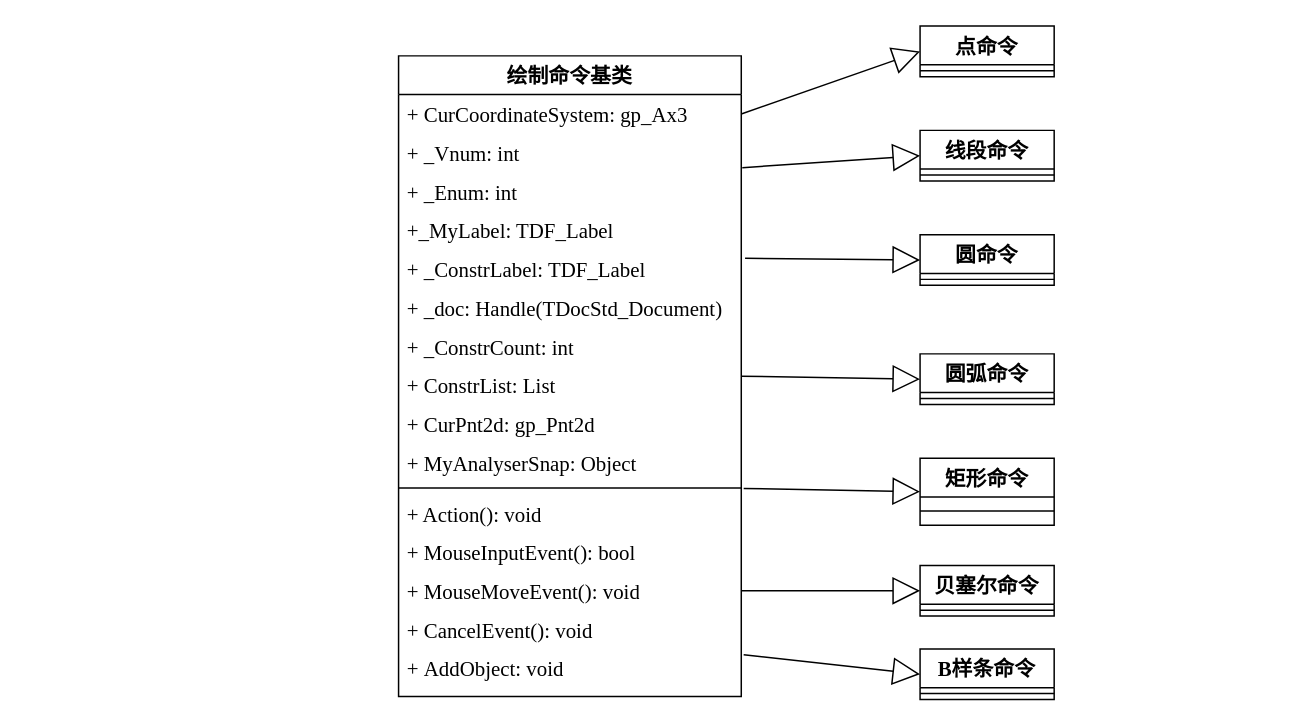
Above: 绘制图元命令类图.drawio in liuhuliuhu123/First-test (draw.io), before the change. Source tidied: cells renumbered, new cells numbered last; positions are measured from the earlier drawing's top-left corner, leaving out a move shared by most shapes. Both pictures are drawn from the tidied source at 149%, with x=0, y=0 at pixel (398, 25).
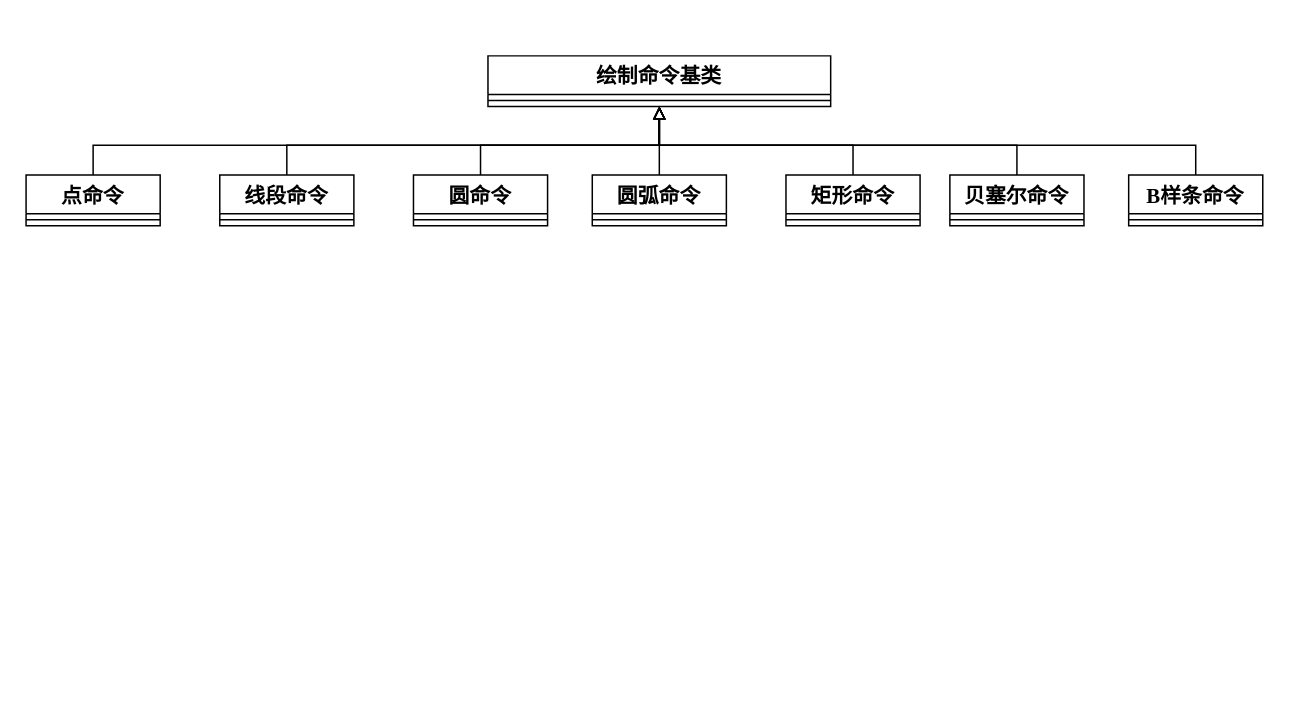
After the change.

Commit message:
更新绘制图元命令类图.drawio

Diff of the diagram source:
```diff
@@
     <mxCell id="2" value="&lt;font style=&quot;font-size: 14px;&quot; face=&quot;Times New Roman&quot;&gt;绘制命令基类&lt;/font&gt;" style="swimlane;fontStyle=1;align=center;verticalAlign=top;horizontal=1;startSize=26;whiteSpace=wrap;html=1;" parent="1" vertex="1">
-      <mxGeometry y="20" width="230" height="430" as="geometry" />
+      <mxGeometry x="60" y="20" width="230" height="34" as="geometry" />
     </mxCell>
-    <mxCell id="3" value="&lt;font style=&quot;font-size: 14px;&quot; face=&quot;Times New Roman&quot;&gt;+&amp;nbsp;CurCoordinateSystem: gp_Ax3&lt;/font&gt;" style="text;strokeColor=none;fillColor=none;align=left;verticalAlign=top;spacingLeft=4;spacingRight=4;overflow=hidden;points=[[0,0.5],[1,0.5]];portConstraint=eastwest;whiteSpace=wrap;html=1;" parent="2" vertex="1">
-      <mxGeometry y="26" width="230" height="26" as="geometry" />
-    </mxCell>
-    <mxCell id="4" value="&lt;font style=&quot;font-size: 14px;&quot; face=&quot;Times New Roman&quot;&gt;+ _Vnum: int&lt;/font&gt;" style="text;strokeColor=none;fillColor=none;align=left;verticalAlign=top;spacingLeft=4;spacingRight=4;overflow=hidden;whiteSpace=wrap;html=1;" parent="2" vertex="1">
-      <mxGeometry y="52" width="230" height="26" as="geometry" />
-    </mxCell>
-    <mxCell id="5" value="&lt;font style=&quot;font-size: 14px;&quot; face=&quot;Times New Roman&quot;&gt;+ _Enum: int&lt;/font&gt;" style="text;strokeColor=none;fillColor=none;align=left;verticalAlign=top;spacingLeft=4;spacingRight=4;overflow=hidden;points=[[0,0.5],[1,0.5]];portConstraint=eastwest;whiteSpace=wrap;html=1;" parent="2" vertex="1">
-      <mxGeometry y="78" width="230" height="26" as="geometry" />
-    </mxCell>
-    <mxCell id="6" value="&lt;font style=&quot;font-size: 14px;&quot; face=&quot;Times New Roman&quot;&gt;+_MyLabel: TDF_Label&amp;nbsp;&lt;/font&gt;" style="text;strokeColor=none;fillColor=none;align=left;verticalAlign=top;spacingLeft=4;spacingRight=4;overflow=hidden;whiteSpace=wrap;html=1;" parent="2" vertex="1">
-      <mxGeometry y="104" width="230" height="26" as="geometry" />
-    </mxCell>
-    <mxCell id="7" value="&lt;font face=&quot;Times New Roman&quot; style=&quot;font-size: 14px;&quot;&gt;+ _ConstrLabel: TDF_Label&lt;/font&gt;" style="text;strokeColor=none;fillColor=none;align=left;verticalAlign=top;spacingLeft=4;spacingRight=4;overflow=hidden;points=[[0,0.5],[1,0.5]];portConstraint=eastwest;whiteSpace=wrap;html=1;" parent="2" vertex="1">
-      <mxGeometry y="130" width="230" height="26" as="geometry" />
-    </mxCell>
-    <mxCell id="8" value="&lt;font style=&quot;font-size: 14px;&quot; face=&quot;Times New Roman&quot;&gt;+ _doc: Handle(TDocStd_Document)&lt;/font&gt;" style="text;strokeColor=none;fillColor=none;align=left;verticalAlign=top;spacingLeft=4;spacingRight=4;overflow=hidden;whiteSpace=wrap;html=1;" parent="2" vertex="1">
-      <mxGeometry y="156" width="230" height="26" as="geometry" />
-    </mxCell>
-    <mxCell id="9" value="&lt;font style=&quot;font-size: 14px;&quot; face=&quot;Times New Roman&quot;&gt;+ _ConstrCount: int&lt;/font&gt;" style="text;strokeColor=none;fillColor=none;align=left;verticalAlign=top;spacingLeft=4;spacingRight=4;overflow=hidden;whiteSpace=wrap;html=1;" parent="2" vertex="1">
-      <mxGeometry y="182" width="230" height="26" as="geometry" />
-    </mxCell>
-    <mxCell id="10" value="&lt;font style=&quot;font-size: 14px;&quot; face=&quot;Times New Roman&quot;&gt;+ ConstrList: List&lt;/font&gt;" style="text;strokeColor=none;fillColor=none;align=left;verticalAlign=top;spacingLeft=4;spacingRight=4;overflow=hidden;whiteSpace=wrap;html=1;" parent="2" vertex="1">
-      <mxGeometry y="208" width="230" height="26" as="geometry" />
-    </mxCell>
-    <mxCell id="11" value="&lt;font style=&quot;font-size: 14px;&quot; face=&quot;Times New Roman&quot;&gt;+ CurPnt2d: gp_Pnt2d&lt;/font&gt;" style="text;strokeColor=none;fillColor=none;align=left;verticalAlign=top;spacingLeft=4;spacingRight=4;overflow=hidden;whiteSpace=wrap;html=1;" parent="2" vertex="1">
-      <mxGeometry y="234" width="230" height="26" as="geometry" />
-    </mxCell>
-    <mxCell id="12" value="&lt;font style=&quot;font-size: 14px;&quot; face=&quot;Times New Roman&quot;&gt;+ MyAnalyserSnap: Object&amp;nbsp;&lt;/font&gt;" style="text;strokeColor=none;fillColor=none;align=left;verticalAlign=top;spacingLeft=4;spacingRight=4;overflow=hidden;whiteSpace=wrap;html=1;" parent="2" vertex="1">
-      <mxGeometry y="260" width="230" height="26" as="geometry" />
-    </mxCell>
     <mxCell id="13" style="line;strokeWidth=1;fillColor=none;align=left;verticalAlign=middle;spacingTop=-1;spacingLeft=3;spacingRight=3;labelPosition=right;points=[];portConstraint=eastwest;strokeColor=inherit;" parent="2" vertex="1">
-      <mxGeometry y="286" width="230" height="8" as="geometry" />
+      <mxGeometry y="26" width="230" height="8" as="geometry" />
     </mxCell>
-    <mxCell id="14" value="&lt;font style=&quot;font-size: 14px;&quot; face=&quot;Times New Roman&quot;&gt;+ Action(): void&lt;/font&gt;" style="text;strokeColor=none;fillColor=none;align=left;verticalAlign=top;spacingLeft=4;spacingRight=4;overflow=hidden;whiteSpace=wrap;html=1;" parent="2" vertex="1">
-      <mxGeometry y="294" width="230" height="26" as="geometry" />
-    </mxCell>
-    <mxCell id="15" value="&lt;font style=&quot;font-size: 14px;&quot; face=&quot;Times New Roman&quot;&gt;+ MouseInputEvent(): bool&lt;/font&gt;" style="text;strokeColor=none;fillColor=none;align=left;verticalAlign=top;spacingLeft=4;spacingRight=4;overflow=hidden;whiteSpace=wrap;html=1;" parent="2" vertex="1">
-      <mxGeometry y="320" width="230" height="26" as="geometry" />
-    </mxCell>
-    <mxCell id="16" value="&lt;font style=&quot;font-size: 14px;&quot; face=&quot;Times New Roman&quot;&gt;+ MouseMoveEvent(): void&lt;/font&gt;" style="text;strokeColor=none;fillColor=none;align=left;verticalAlign=top;spacingLeft=4;spacingRight=4;overflow=hidden;points=[[0,0.5],[1,0.5]];portConstraint=eastwest;whiteSpace=wrap;html=1;" parent="2" vertex="1">
-      <mxGeometry y="346" width="230" height="26" as="geometry" />
-    </mxCell>
-    <mxCell id="17" value="&lt;font style=&quot;font-size: 14px;&quot; face=&quot;Times New Roman&quot;&gt;+ CancelEvent(): void&lt;/font&gt;" style="text;strokeColor=none;fillColor=none;align=left;verticalAlign=top;spacingLeft=4;spacingRight=4;overflow=hidden;whiteSpace=wrap;html=1;" parent="2" vertex="1">
-      <mxGeometry y="372" width="230" height="26" as="geometry" />
-    </mxCell>
-    <mxCell id="18" value="&lt;font style=&quot;font-size: 14px;&quot; face=&quot;Times New Roman&quot;&gt;+&amp;nbsp;AddObject: void&lt;/font&gt;" style="text;strokeColor=none;fillColor=none;align=left;verticalAlign=top;spacingLeft=4;spacingRight=4;overflow=hidden;points=[[0,0.5],[1,0.5]];portConstraint=eastwest;whiteSpace=wrap;html=1;" parent="2" vertex="1">
-      <mxGeometry y="398" width="230" height="32" as="geometry" />
-    </mxCell>
+    <mxCell id="40" style="edgeStyle=orthogonalEdgeStyle;rounded=0;jettySize=auto;html=1;entryX=0.5;entryY=1;entryDx=0;entryDy=0;endArrow=block;endFill=0;" parent="1" edge="1" source="19" target="2">
+      <mxGeometry relative="1" as="geometry">
+        <Array as="points">
+          <mxPoint x="-205" y="80" />
+          <mxPoint x="175" y="80" />
+        </Array>
+      </mxGeometry>
+    </mxCell>
     <mxCell id="19" value="&lt;font style=&quot;font-size: 14px;&quot; face=&quot;Times New Roman&quot;&gt;点命令&lt;/font&gt;" style="swimlane;fontStyle=1;align=center;verticalAlign=top;horizontal=1;startSize=26;whiteSpace=wrap;html=1;" parent="1" vertex="1">
-      <mxGeometry x="350" width="90" height="34" as="geometry" />
+      <mxGeometry x="-250" y="100" width="90" height="34" as="geometry" />
     </mxCell>
@@
+    <mxCell id="41" style="edgeStyle=orthogonalEdgeStyle;rounded=0;jettySize=auto;html=1;entryX=0.5;entryY=1;entryDx=0;entryDy=0;endArrow=block;endFill=0;" parent="1" edge="1" source="21" target="2">
+      <mxGeometry relative="1" as="geometry">
+        <Array as="points">
+          <mxPoint x="-75" y="80" />
+          <mxPoint x="175" y="80" />
+        </Array>
+      </mxGeometry>
+    </mxCell>
     <mxCell id="21" value="&lt;font style=&quot;font-size: 14px;&quot; face=&quot;Times New Roman&quot;&gt;线段命令&lt;/font&gt;" style="swimlane;fontStyle=1;align=center;verticalAlign=top;horizontal=1;startSize=26;whiteSpace=wrap;html=1;" parent="1" vertex="1">
-      <mxGeometry x="350" y="70" width="90" height="34" as="geometry" />
+      <mxGeometry x="-120" y="100" width="90" height="34" as="geometry" />
     </mxCell>
@@
+    <mxCell id="42" style="edgeStyle=orthogonalEdgeStyle;rounded=0;jettySize=auto;html=1;entryX=0.5;entryY=1;entryDx=0;entryDy=0;endArrow=block;endFill=0;" parent="1" edge="1" source="23" target="2">
+      <mxGeometry relative="1" as="geometry">
+        <Array as="points">
+          <mxPoint x="55" y="80" />
+          <mxPoint x="175" y="80" />
+        </Array>
+      </mxGeometry>
+    </mxCell>
     <mxCell id="23" value="&lt;font style=&quot;font-size: 14px;&quot; face=&quot;Times New Roman&quot;&gt;圆命令&lt;/font&gt;" style="swimlane;fontStyle=1;align=center;verticalAlign=top;horizontal=1;startSize=26;whiteSpace=wrap;html=1;" parent="1" vertex="1">
-      <mxGeometry x="350" y="140" width="90" height="34" as="geometry" />
+      <mxGeometry x="10" y="100" width="90" height="34" as="geometry" />
     </mxCell>
@@
+    <mxCell id="43" style="edgeStyle=orthogonalEdgeStyle;rounded=0;jettySize=auto;html=1;entryX=0.5;entryY=1;entryDx=0;entryDy=0;endArrow=block;endFill=0;" parent="1" edge="1" source="25" target="2">
+      <mxGeometry relative="1" as="geometry" />
+    </mxCell>
     <mxCell id="25" value="&lt;font style=&quot;font-size: 14px;&quot; face=&quot;Times New Roman&quot;&gt;圆弧命令&lt;/font&gt;" style="swimlane;fontStyle=1;align=center;verticalAlign=top;horizontal=1;startSize=26;whiteSpace=wrap;html=1;" parent="1" vertex="1">
-      <mxGeometry x="350" y="220" width="90" height="34" as="geometry" />
+      <mxGeometry x="130" y="100" width="90" height="34" as="geometry" />
     </mxCell>
@@
-    <mxCell id="27" value="&lt;font style=&quot;font-size: 14px;&quot; face=&quot;Times New Roman&quot;&gt;矩形命令&lt;/font&gt;" style="swimlane;fontStyle=1;align=center;verticalAlign=top;horizontal=1;startSize=26;whiteSpace=wrap;html=1;" parent="1" vertex="1">
-      <mxGeometry x="350" y="290" width="90" height="45" as="geometry" />
-    </mxCell>
-    <mxCell id="28" style="line;strokeWidth=1;fillColor=none;align=left;verticalAlign=middle;spacingTop=-1;spacingLeft=3;spacingRight=3;labelPosition=right;strokeColor=inherit;" parent="27" vertex="1">
-      <mxGeometry y="26" width="90" height="19" as="geometry" />
-    </mxCell>
+    <mxCell id="44" style="edgeStyle=orthogonalEdgeStyle;rounded=0;jettySize=auto;html=1;entryX=0.5;entryY=1;entryDx=0;entryDy=0;endArrow=block;endFill=0;" parent="1" edge="1" source="29" target="2">
+      <mxGeometry relative="1" as="geometry">
+        <Array as="points">
+          <mxPoint x="415" y="80" />
+          <mxPoint x="175" y="80" />
+        </Array>
+      </mxGeometry>
+    </mxCell>
     <mxCell id="29" value="&lt;font style=&quot;font-size: 14px;&quot; face=&quot;Times New Roman&quot;&gt;贝塞尔命令&lt;/font&gt;" style="swimlane;fontStyle=1;align=center;verticalAlign=top;horizontal=1;startSize=26;whiteSpace=wrap;html=1;" parent="1" vertex="1">
-      <mxGeometry x="350" y="362" width="90" height="34" as="geometry" />
+      <mxGeometry x="370" y="100" width="90" height="34" as="geometry" />
     </mxCell>
@@
+    <mxCell id="45" style="edgeStyle=orthogonalEdgeStyle;rounded=0;jettySize=auto;html=1;entryX=0.5;entryY=1;entryDx=0;entryDy=0;endArrow=block;endFill=0;" parent="1" edge="1" source="31" target="2">
+      <mxGeometry relative="1" as="geometry">
+        <Array as="points">
+          <mxPoint x="535" y="80" />
+          <mxPoint x="175" y="80" />
+        </Array>
+      </mxGeometry>
+    </mxCell>
     <mxCell id="31" value="&lt;font style=&quot;font-size: 14px;&quot; face=&quot;Times New Roman&quot;&gt;B样条命令&lt;/font&gt;" style="swimlane;fontStyle=1;align=center;verticalAlign=top;horizontal=1;startSize=26;whiteSpace=wrap;html=1;" parent="1" vertex="1">
-      <mxGeometry x="350" y="418" width="90" height="34" as="geometry" />
+      <mxGeometry x="490" y="100" width="90" height="34" as="geometry" />
     </mxCell>
@@
-    <mxCell id="33" style="endArrow=block;endSize=16;endFill=0;html=1;rounded=0;exitX=1;exitY=0.5;exitDx=0;exitDy=0;entryX=0;entryY=0.5;entryDx=0;entryDy=0;" parent="1" edge="1" source="3" target="19">
-      <mxGeometry x="-0.15" y="33" relative="1" as="geometry" />
-    </mxCell>
-    <mxCell id="34" style="endArrow=block;endSize=16;endFill=0;html=1;rounded=0;exitX=1.003;exitY=-0.114;exitDx=0;exitDy=0;entryX=0;entryY=0.5;entryDx=0;entryDy=0;exitPerimeter=0;" parent="1" edge="1" source="5" target="21">
-      <mxGeometry relative="1" as="geometry" />
-    </mxCell>
-    <mxCell id="35" style="endArrow=block;endSize=16;endFill=0;html=1;rounded=0;exitX=1.011;exitY=0.223;exitDx=0;exitDy=0;entryX=0;entryY=0.5;entryDx=0;entryDy=0;exitPerimeter=0;" parent="1" edge="1" source="7" target="23">
-      <mxGeometry relative="1" as="geometry" />
-    </mxCell>
-    <mxCell id="36" style="endArrow=block;endSize=16;endFill=0;html=1;rounded=0;exitX=1;exitY=0.5;exitDx=0;exitDy=0;entryX=0;entryY=0.5;entryDx=0;entryDy=0;" parent="1" edge="1" source="2" target="25">
-      <mxGeometry relative="1" as="geometry" />
-    </mxCell>
-    <mxCell id="37" style="endArrow=block;endSize=16;endFill=0;html=1;rounded=0;entryX=0;entryY=0.5;entryDx=0;entryDy=0;exitX=1.007;exitY=0.539;exitDx=0;exitDy=0;exitPerimeter=0;" parent="1" edge="1" source="13" target="27">
-      <mxGeometry relative="1" as="geometry" />
-    </mxCell>
-    <mxCell id="38" style="endArrow=block;endSize=16;endFill=0;html=1;rounded=0;exitX=1;exitY=0.5;exitDx=0;exitDy=0;entryX=0;entryY=0.5;entryDx=0;entryDy=0;" parent="1" edge="1" source="16" target="29">
-      <mxGeometry relative="1" as="geometry" />
-    </mxCell>
-    <mxCell id="39" style="endArrow=block;endSize=16;endFill=0;html=1;rounded=0;exitX=1.007;exitY=0.123;exitDx=0;exitDy=0;entryX=0;entryY=0.5;entryDx=0;entryDy=0;exitPerimeter=0;" parent="1" edge="1" source="18" target="31">
-      <mxGeometry relative="1" as="geometry" />
-    </mxCell>
+    <mxCell id="46" style="edgeStyle=orthogonalEdgeStyle;rounded=0;jettySize=auto;html=1;entryX=0.5;entryY=1;entryDx=0;entryDy=0;endArrow=block;endFill=0;" parent="1" edge="1" source="27" target="2">
+      <mxGeometry relative="1" as="geometry">
+        <Array as="points">
+          <mxPoint x="305" y="80" />
+          <mxPoint x="175" y="80" />
+        </Array>
+      </mxGeometry>
+    </mxCell>
+    <mxCell id="27" value="&lt;span style=&quot;font-family: &amp;quot;Times New Roman&amp;quot;; font-size: 14px;&quot;&gt;矩形命令&lt;/span&gt;" style="swimlane;fontStyle=1;align=center;verticalAlign=top;horizontal=1;startSize=26;whiteSpace=wrap;html=1;" parent="1" vertex="1">
+      <mxGeometry x="260" y="100" width="90" height="34" as="geometry" />
+    </mxCell>
+    <mxCell id="47" style="line;strokeWidth=1;fillColor=none;align=left;verticalAlign=middle;spacingTop=-1;spacingLeft=3;spacingRight=3;labelPosition=right;strokeColor=inherit;" parent="27" vertex="1">
+      <mxGeometry y="26" width="90" height="8" as="geometry" />
+    </mxCell>
```
